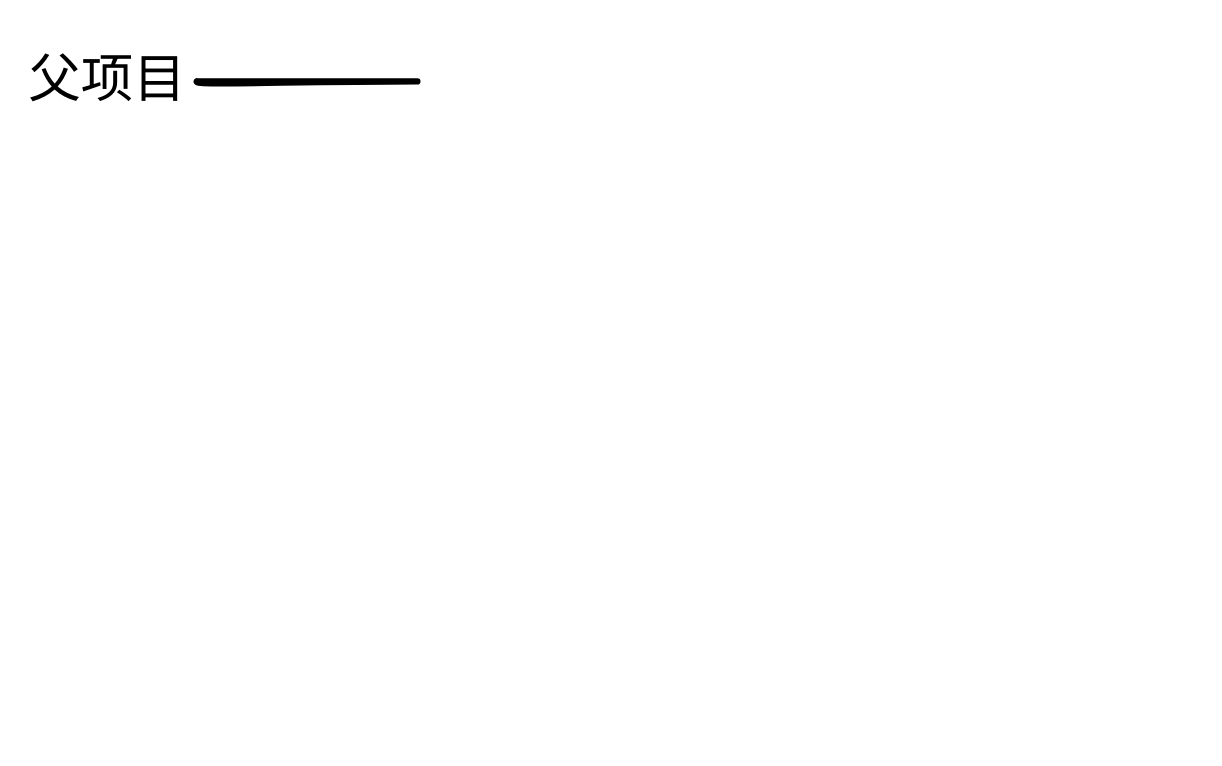
Above: 普通Maven项目.drawio in Yaozongbin0828/UMLetDraw (draw.io), before the change. Source tidied: cells renumbered, new cells numbered last; positions are measured from the earlier drawing's top-left corner, leaving out a move shared by most shapes. Both pictures are drawn from the tidied source at 105%, with x=0, y=0 at pixel (18, 18).
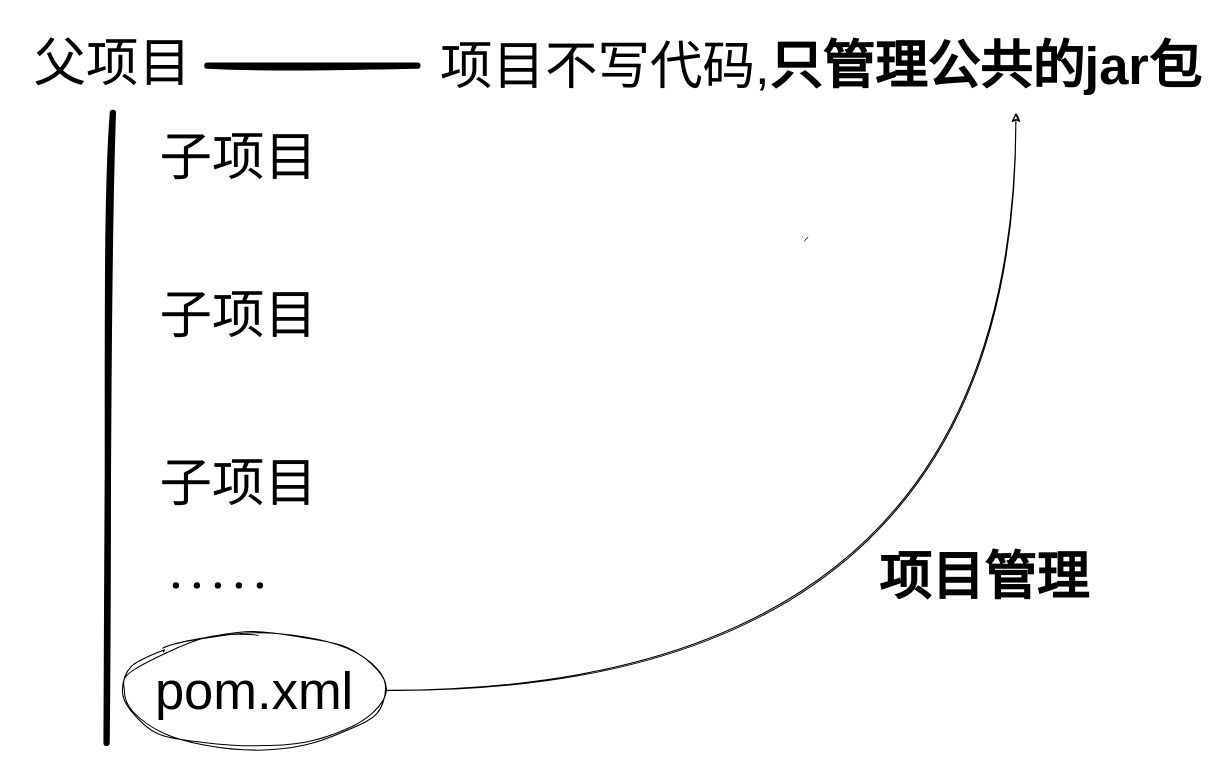
The same page after the edit.

Commit message:
更新普通Maven项目.drawio

What changed in the source:
```diff
@@
     <mxCell id="2" value="&lt;font style=&quot;font-size: 50px;&quot;&gt;父项目&lt;/font&gt;" style="text;html=1;align=center;verticalAlign=middle;whiteSpace=wrap;rounded=0;fontFamily=Architects Daughter;" parent="1" vertex="1">
-      <mxGeometry width="170" height="120" as="geometry" />
+      <mxGeometry width="180" height="90" as="geometry" />
     </mxCell>
-    <mxCell id="3" style="endArrow=none;html=1;rounded=0;sketch=1;hachureGap=4;jiggle=2;curveFitting=1;fontFamily=Courier New;strokeWidth=6;curved=1;" parent="1" edge="1" source="2">
+    <mxCell id="3" style="endArrow=none;html=1;rounded=0;sketch=1;hachureGap=4;jiggle=2;curveFitting=1;fontFamily=Courier New;strokeWidth=6;curved=1;exitX=1;exitY=0.5;exitDx=0;exitDy=0;" parent="1" edge="1" source="2">
       <mxGeometry relative="1" as="geometry">
-        <mxPoint x="380" y="60" as="targetPoint" />
+        <mxPoint x="380" y="45" as="targetPoint" />
+        <Array as="points">
+          <mxPoint x="300" y="45" />
+        </Array>
       </mxGeometry>
     </mxCell>
+    <mxCell id="4" style="endArrow=none;html=1;rounded=0;sketch=1;hachureGap=4;jiggle=2;curveFitting=1;fontFamily=Courier New;strokeWidth=6;curved=1;exitX=0.5;exitY=1;exitDx=0;exitDy=0;" parent="1" edge="1" source="2">
+      <mxGeometry relative="1" as="geometry">
+        <mxPoint x="84" y="690" as="targetPoint" />
+        <Array as="points">
+          <mxPoint x="84" y="248.8" />
+        </Array>
+      </mxGeometry>
+    </mxCell>
+    <mxCell id="5" style="edgeStyle=orthogonalEdgeStyle;rounded=0;sketch=1;hachureGap=4;jiggle=2;curveFitting=1;orthogonalLoop=1;jettySize=auto;html=1;exitX=0.5;exitY=1;exitDx=0;exitDy=0;fontFamily=Architects Daughter;" parent="1" edge="1" source="2" target="2">
+      <mxGeometry relative="1" as="geometry" />
+    </mxCell>
+    <mxCell id="6" style="group;" parent="1" vertex="1">
+      <mxGeometry x="120" y="90" width="180" height="400" as="geometry" />
+    </mxCell>
+    <mxCell id="7" value="&lt;font style=&quot;font-size: 50px;&quot;&gt;子项目&lt;/font&gt;" style="text;html=1;align=center;verticalAlign=middle;whiteSpace=wrap;rounded=0;fontFamily=Architects Daughter;" parent="6" vertex="1">
+      <mxGeometry width="180" height="90" as="geometry" />
+    </mxCell>
+    <mxCell id="8" value="&lt;font style=&quot;font-size: 50px;&quot;&gt;子项目&lt;/font&gt;" style="text;html=1;align=center;verticalAlign=middle;whiteSpace=wrap;rounded=0;fontFamily=Architects Daughter;" parent="6" vertex="1">
+      <mxGeometry y="310" width="180" height="90" as="geometry" />
+    </mxCell>
+    <mxCell id="9" value="&lt;font style=&quot;font-size: 50px;&quot;&gt;子项目&lt;/font&gt;" style="text;html=1;align=center;verticalAlign=middle;whiteSpace=wrap;rounded=0;fontFamily=Architects Daughter;" parent="6" vertex="1">
+      <mxGeometry y="150" width="180" height="90" as="geometry" />
+    </mxCell>
+    <mxCell id="10" value="&lt;font face=&quot;Helvetica&quot; style=&quot;font-size: 50px;&quot;&gt;项目不写代码,&lt;b&gt;只管理公共的jar包&lt;/b&gt;&lt;/font&gt;" style="text;html=1;align=left;verticalAlign=middle;whiteSpace=wrap;rounded=0;fontFamily=Architects Daughter;" parent="1" vertex="1">
+      <mxGeometry x="400" width="730" height="90" as="geometry" />
+    </mxCell>
+    <mxCell id="11" style="group;" parent="1" vertex="1">
+      <mxGeometry x="140" y="530" width="100" height="20" as="geometry" />
+    </mxCell>
+    <mxCell id="12" style="shape=waypoint;sketch=0;fillStyle=solid;size=6;fillColor=none;perimeter=centerPerimeter;hachureGap=4;jiggle=2;curveFitting=1;fontFamily=Architects Daughter;fontSize=30;" parent="11" vertex="1">
+      <mxGeometry width="20" height="20" as="geometry" />
+    </mxCell>
+    <mxCell id="13" style="shape=waypoint;sketch=0;fillStyle=solid;size=6;fillColor=none;perimeter=centerPerimeter;hachureGap=4;jiggle=2;curveFitting=1;fontFamily=Architects Daughter;fontSize=30;" parent="11" vertex="1">
+      <mxGeometry x="20" width="20" height="20" as="geometry" />
+    </mxCell>
+    <mxCell id="14" style="shape=waypoint;sketch=0;fillStyle=solid;size=6;fillColor=none;perimeter=centerPerimeter;hachureGap=4;jiggle=2;curveFitting=1;fontFamily=Architects Daughter;fontSize=30;" parent="11" vertex="1">
+      <mxGeometry x="40" width="20" height="20" as="geometry" />
+    </mxCell>
+    <mxCell id="15" style="shape=waypoint;sketch=0;fillStyle=solid;size=6;fillColor=none;perimeter=centerPerimeter;hachureGap=4;jiggle=2;curveFitting=1;fontFamily=Architects Daughter;fontSize=30;" parent="11" vertex="1">
+      <mxGeometry x="60" width="20" height="20" as="geometry" />
+    </mxCell>
+    <mxCell id="16" style="shape=waypoint;sketch=0;fillStyle=solid;size=6;fillColor=none;perimeter=centerPerimeter;hachureGap=4;jiggle=2;curveFitting=1;fontFamily=Architects Daughter;fontSize=30;" parent="11" vertex="1">
+      <mxGeometry x="80" width="20" height="20" as="geometry" />
+    </mxCell>
+    <mxCell id="17" style="edgeStyle=orthogonalEdgeStyle;rounded=0;sketch=1;hachureGap=4;jiggle=2;curveFitting=1;jettySize=auto;html=1;fontFamily=Architects Daughter;curved=1;" parent="1" edge="1" source="18" target="10">
+      <mxGeometry relative="1" as="geometry">
+        <Array as="points">
+          <mxPoint x="950" y="640" />
+        </Array>
+      </mxGeometry>
+    </mxCell>
+    <mxCell id="18" style="ellipse;whiteSpace=wrap;html=1;sketch=1;hachureGap=4;jiggle=2;curveFitting=1;fontFamily=Architects Daughter;" parent="1" vertex="1">
+      <mxGeometry x="100" y="585" width="250" height="110" as="geometry" />
+    </mxCell>
+    <mxCell id="19" value="&lt;font face=&quot;Helvetica&quot; style=&quot;font-size: 50px;&quot;&gt;pom.xml&lt;/font&gt;" style="text;html=1;align=center;verticalAlign=middle;whiteSpace=wrap;rounded=0;fontFamily=Architects Daughter;" parent="1" vertex="1">
+      <mxGeometry x="160" y="610" width="130" height="60" as="geometry" />
+    </mxCell>
+    <mxCell id="20" style="shape=waypoint;sketch=1;size=6;fillColor=default;perimeter=centerPerimeter;fontFamily=Architects Daughter;hachureGap=4;jiggle=2;curveFitting=1;" parent="1" vertex="1">
+      <mxGeometry x="740" y="200" width="20" height="20" as="geometry" />
+    </mxCell>
+    <mxCell id="21" value="&lt;font style=&quot;font-size: 50px;&quot;&gt;项目管理&lt;/font&gt;" style="text;html=1;align=center;verticalAlign=middle;whiteSpace=wrap;rounded=0;fontFamily=Architects Daughter;fontStyle=1;" parent="1" vertex="1">
+      <mxGeometry x="810" y="520" width="220" height="30" as="geometry" />
+    </mxCell>
```
